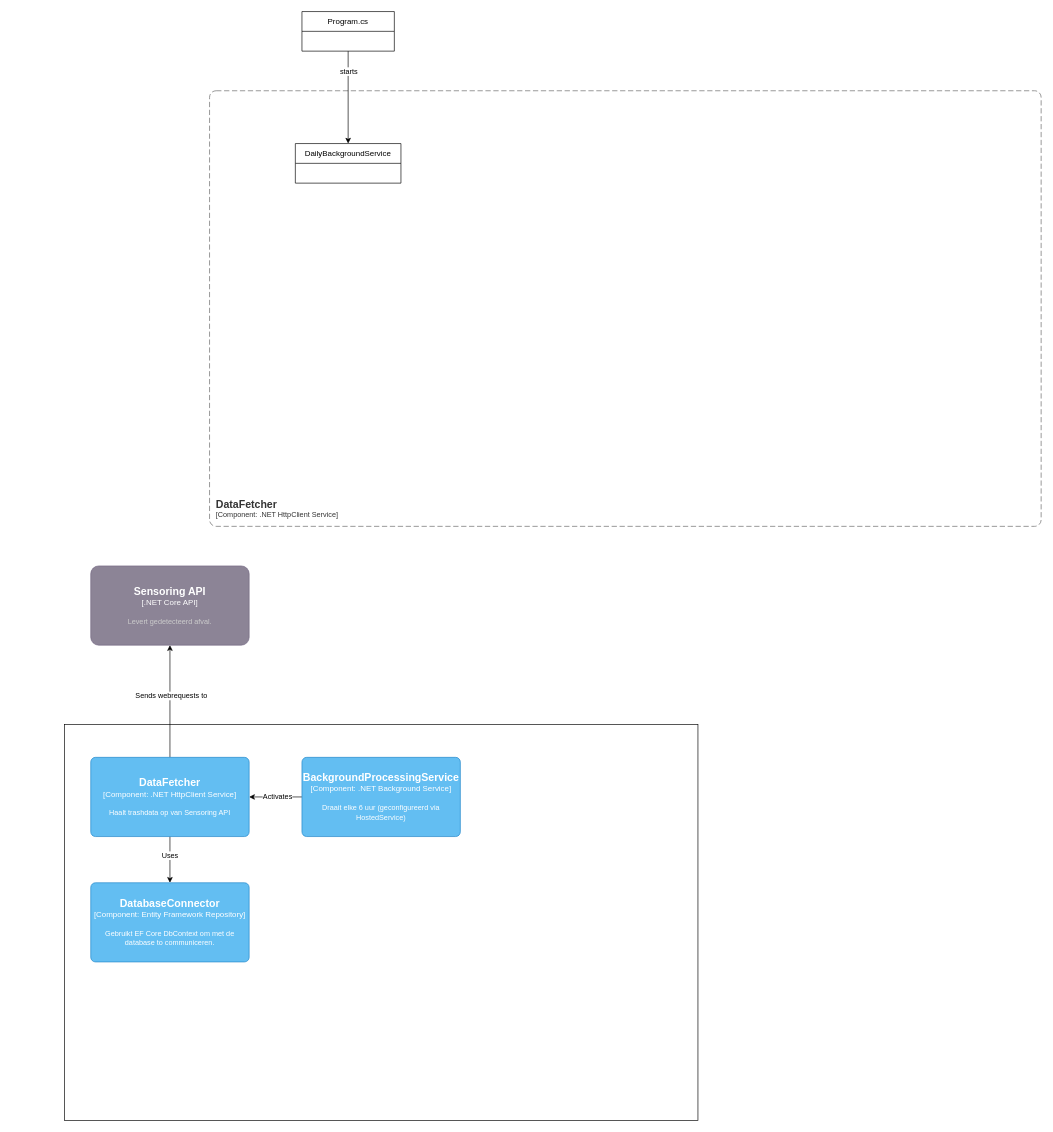
Earlier version of the draw.io diagram Documentatie en diagrammen/Martijn dingen/mainApiLayer4.DataFetcher.drawio (ChrisHorler/ICT1_4_ZwerfAfval). Source tidied: cells renumbered, new cells numbered last; positions are measured from the earlier drawing's top-left corner, leaving out a move shared by most shapes. Both pictures are drawn from the tidied source at 66%, with x=0, y=0 at pixel (64, 11).
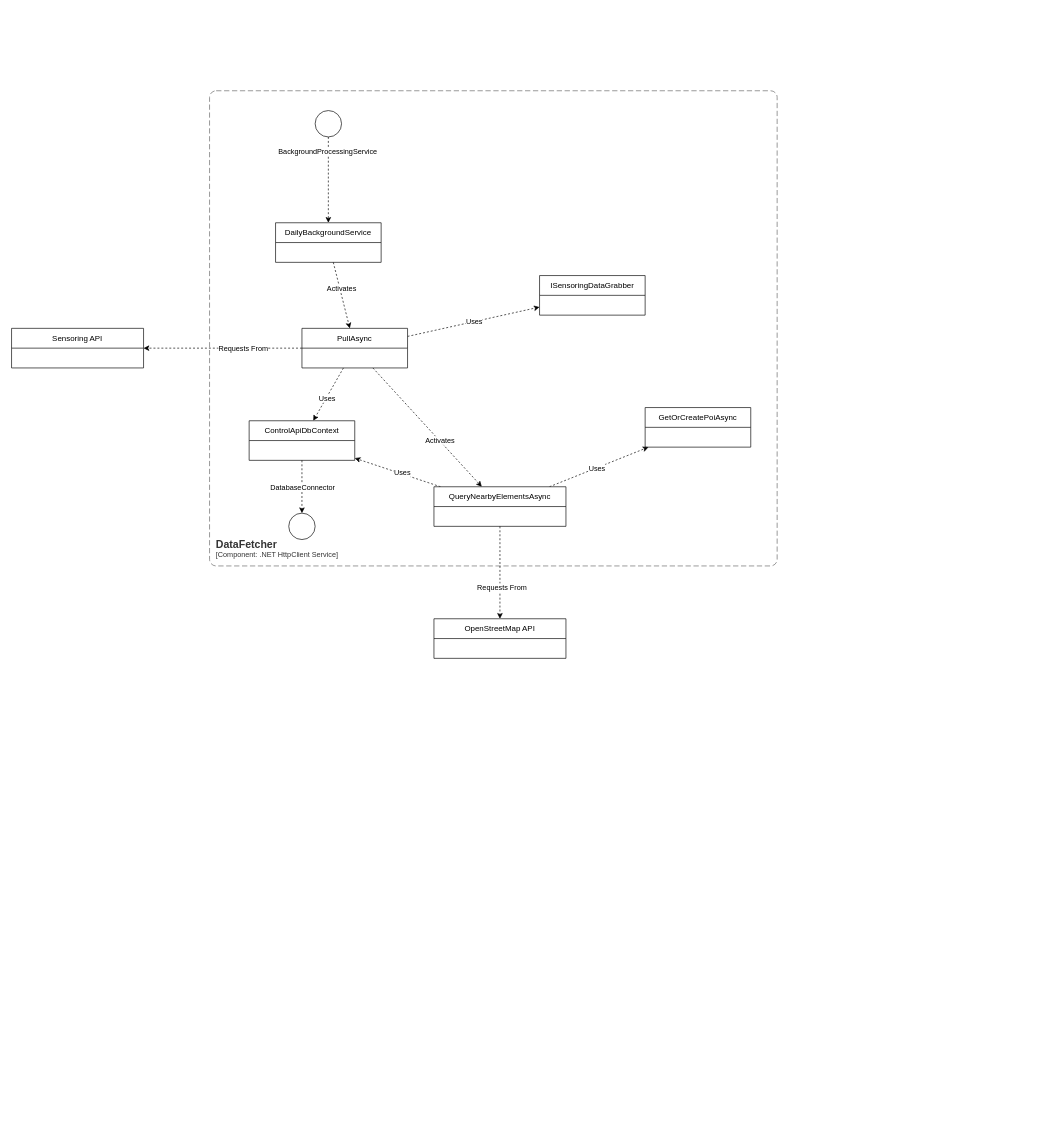
The same page after the edit.

Commit message (it also covers changes not shown here):
Hopelijk is deze shit nu af ._.

Diff of the diagram source:
```diff
@@
-    <mxCell id="2" style="rounded=0;whiteSpace=wrap;html=1;" parent="1" vertex="1">
-      <mxGeometry y="1080" width="960" height="600" as="geometry" />
-    </mxCell>
-    <object id="3" label="&lt;font style=&quot;font-size: 16px&quot;&gt;&lt;b&gt;%c4Name%&lt;/b&gt;&lt;/font&gt;&lt;div&gt;[%c4Type%]&lt;/div&gt;&lt;br&gt;&lt;div&gt;&lt;font style=&quot;font-size: 11px&quot;&gt;&lt;font color=&quot;#cccccc&quot;&gt;%c4Description%&lt;/font&gt;&lt;/div&gt;" c4Description="Levert gedetecteerd afval." c4Name="Sensoring API" c4Type=".NET Core API" placeholders="1">
-      <mxCell style="rounded=1;whiteSpace=wrap;html=1;labelBackgroundColor=none;fillColor=#8C8496;fontColor=#ffffff;align=center;arcSize=10;strokeColor=#736782;points=[[0.25,0,0],[0.5,0,0],[0.75,0,0],[1,0.25,0],[1,0.5,0],[1,0.75,0],[0.75,1,0],[0.5,1,0],[0.25,1,0],[0,0.75,0],[0,0.5,0],[0,0.25,0]];" parent="1" vertex="1">
-        <mxGeometry x="40" y="840" width="240" height="120" as="geometry" />
-      </mxCell>
-    </object>
-    <mxCell id="4" style="edgeStyle=orthogonalEdgeStyle;rounded=0;jettySize=auto;html=1;" parent="1" edge="1" source="6" target="11">
-      <mxGeometry relative="1" as="geometry" />
-    </mxCell>
-    <mxCell id="5" value="Activates" style="edgeLabel;html=1;align=center;verticalAlign=middle;" parent="4" vertex="1">
-      <mxGeometry x="-0.04" y="-2" relative="1" as="geometry" />
-    </mxCell>
-    <object id="6" label="&lt;font style=&quot;font-size: 16px&quot;&gt;&lt;b&gt;%c4Name%&lt;/b&gt;&lt;/font&gt;&lt;div&gt;[%c4Type%: %c4Technology%]&lt;/div&gt;&lt;br&gt;&lt;div&gt;&lt;font style=&quot;font-size: 11px&quot;&gt;%c4Description%&lt;/font&gt;&lt;/div&gt;" c4Description="Draait elke 6 uur (geconfigureerd via HostedService)" c4Name="BackgroundProcessingService" c4Technology=".NET Background Service" c4Type="Component" placeholders="1">
-      <mxCell style="rounded=1;whiteSpace=wrap;html=1;labelBackgroundColor=none;fillColor=#63BEF2;fontColor=#ffffff;align=center;arcSize=6;strokeColor=#2086C9;points=[[0.25,0,0],[0.5,0,0],[0.75,0,0],[1,0.25,0],[1,0.5,0],[1,0.75,0],[0.75,1,0],[0.5,1,0],[0.25,1,0],[0,0.75,0],[0,0.5,0],[0,0.25,0]];" parent="1" vertex="1">
-        <mxGeometry x="360" y="1130" width="240" height="120" as="geometry" />
-      </mxCell>
-    </object>
-    <mxCell id="7" style="edgeStyle=orthogonalEdgeStyle;rounded=0;jettySize=auto;html=1;" parent="1" edge="1" source="11" target="12">
-      <mxGeometry relative="1" as="geometry" />
-    </mxCell>
-    <mxCell id="8" value="Uses" style="edgeLabel;html=1;align=center;verticalAlign=middle;" parent="7" vertex="1">
-      <mxGeometry x="-0.2" y="-1" relative="1" as="geometry" />
-    </mxCell>
-    <mxCell id="9" style="edgeStyle=orthogonalEdgeStyle;rounded=0;jettySize=auto;html=1;" parent="1" edge="1" source="11" target="3">
-      <mxGeometry relative="1" as="geometry" />
-    </mxCell>
-    <mxCell id="10" value="Sends webrequests to" style="edgeLabel;html=1;align=center;verticalAlign=middle;" parent="9" vertex="1">
-      <mxGeometry x="0.1" y="-1" relative="1" as="geometry" />
-    </mxCell>
-    <object id="11" label="&lt;font style=&quot;font-size: 16px&quot;&gt;&lt;b&gt;%c4Name%&lt;/b&gt;&lt;/font&gt;&lt;div&gt;[%c4Type%: %c4Technology%]&lt;/div&gt;&lt;br&gt;&lt;div&gt;&lt;font style=&quot;font-size: 11px&quot;&gt;%c4Description%&lt;/font&gt;&lt;/div&gt;" c4Description="Haalt trashdata op van Sensoring API" c4Name="DataFetcher" c4Technology=".NET HttpClient Service" c4Type="Component" placeholders="1">
-      <mxCell style="rounded=1;whiteSpace=wrap;html=1;labelBackgroundColor=none;fillColor=#63BEF2;fontColor=#ffffff;align=center;arcSize=6;strokeColor=#2086C9;points=[[0.25,0,0],[0.5,0,0],[0.75,0,0],[1,0.25,0],[1,0.5,0],[1,0.75,0],[0.75,1,0],[0.5,1,0],[0.25,1,0],[0,0.75,0],[0,0.5,0],[0,0.25,0]];" parent="1" vertex="1">
-        <mxGeometry x="40" y="1130" width="240" height="120" as="geometry" />
-      </mxCell>
-    </object>
-    <object id="12" label="&lt;font style=&quot;font-size: 16px&quot;&gt;&lt;b&gt;%c4Name%&lt;/b&gt;&lt;/font&gt;&lt;div&gt;[%c4Type%: %c4Technology%]&lt;/div&gt;&lt;br&gt;&lt;div&gt;&lt;font style=&quot;font-size: 11px&quot;&gt;%c4Description%&lt;/font&gt;&lt;/div&gt;" c4Description="Gebruikt EF Core DbContext om met de database to communiceren." c4Name="DatabaseConnector" c4Technology="Entity Framework Repository" c4Type="Component" placeholders="1">
-      <mxCell style="rounded=1;whiteSpace=wrap;html=1;labelBackgroundColor=none;fillColor=#63BEF2;fontColor=#ffffff;align=center;arcSize=6;strokeColor=#2086C9;points=[[0.25,0,0],[0.5,0,0],[0.75,0,0],[1,0.25,0],[1,0.5,0],[1,0.75,0],[0.75,1,0],[0.5,1,0],[0.25,1,0],[0,0.75,0],[0,0.5,0],[0,0.25,0]];" parent="1" vertex="1">
-        <mxGeometry x="40" y="1320" width="240" height="120" as="geometry" />
-      </mxCell>
-    </object>
     <object id="13" label="&lt;font style=&quot;font-size: 16px&quot;&gt;&lt;b&gt;&lt;div style=&quot;text-align: left&quot;&gt;%c4Name%&lt;/div&gt;&lt;/b&gt;&lt;/font&gt;&lt;div style=&quot;text-align: left&quot;&gt;[%c4Application%]&lt;/div&gt;" c4Application="Component: .NET HttpClient Service" c4Name="DataFetcher" placeholders="1">
       <mxCell style="rounded=1;fontSize=11;whiteSpace=wrap;html=1;dashed=1;arcSize=20;fillColor=none;strokeColor=#666666;fontColor=#333333;labelBackgroundColor=none;align=left;verticalAlign=bottom;labelBorderColor=none;spacingTop=0;spacing=10;dashPattern=8 4;perimeter=rectanglePerimeter;noLabel=0;labelPadding=0;absoluteArcSize=1;" parent="1" vertex="1">
-        <mxGeometry x="220" y="120" width="1260" height="660" as="geometry" />
+        <mxGeometry x="220" y="120" width="860" height="720" as="geometry" />
       </mxCell>
     </object>
-    <mxCell id="14" style="edgeStyle=orthogonalEdgeStyle;rounded=0;jettySize=auto;html=1;" parent="1" edge="1" source="16" target="17">
+    <mxCell id="14" style="rounded=0;jettySize=auto;html=1;dashed=1;exitX=0.5;exitY=1;exitDx=0;exitDy=0;" parent="1" edge="1" source="30" target="17">
       <mxGeometry relative="1" as="geometry" />
     </mxCell>
-    <mxCell id="15" value="starts" style="edgeLabel;html=1;align=center;verticalAlign=middle;" parent="14" vertex="1">
-      <mxGeometry x="-0.57" relative="1" as="geometry" />
-    </mxCell>
-    <mxCell id="16" value="Program.cs" style="swimlane;fontStyle=0;horizontal=1;startSize=30;whiteSpace=wrap;html=1;" parent="1" vertex="1">
-      <mxGeometry x="360" width="140" height="60" as="geometry" />
-    </mxCell>
+    <mxCell id="18" value="BackgroundProcessingService" style="edgeLabel;html=1;align=center;verticalAlign=middle;" parent="14" vertex="1">
+      <mxGeometry x="-0.67" y="-2" relative="1" as="geometry" />
+    </mxCell>
+    <mxCell id="19" style="rounded=0;jettySize=auto;html=1;dashed=1;" parent="1" edge="1" source="17" target="29">
+      <mxGeometry relative="1" as="geometry" />
+    </mxCell>
+    <mxCell id="20" value="Activates" style="edgeLabel;html=1;align=center;verticalAlign=middle;" parent="19" vertex="1">
+      <mxGeometry x="-0.2" y="2" relative="1" as="geometry" />
+    </mxCell>
     <mxCell id="17" value="DailyBackgroundService" style="swimlane;fontStyle=0;horizontal=1;startSize=30;whiteSpace=wrap;html=1;" parent="1" vertex="1">
-      <mxGeometry x="350" y="200" width="160" height="60" as="geometry" />
+      <mxGeometry x="320" y="320" width="160" height="60" as="geometry" />
     </mxCell>
+    <mxCell id="21" style="rounded=0;jettySize=auto;html=1;dashed=1;" parent="1" edge="1" source="29" target="38">
+      <mxGeometry relative="1" as="geometry" />
+    </mxCell>
+    <mxCell id="22" value="Activates" style="edgeLabel;html=1;align=center;verticalAlign=middle;" parent="21" vertex="1">
+      <mxGeometry x="0.22" relative="1" as="geometry" />
+    </mxCell>
+    <mxCell id="23" style="rounded=0;jettySize=auto;html=1;dashed=1;" parent="1" edge="1" source="29" target="41">
+      <mxGeometry relative="1" as="geometry" />
+    </mxCell>
+    <mxCell id="24" value="Uses" style="edgeLabel;html=1;align=center;verticalAlign=middle;" parent="23" vertex="1">
+      <mxGeometry x="0.12" relative="1" as="geometry" />
+    </mxCell>
+    <mxCell id="25" style="rounded=0;jettySize=auto;html=1;dashed=1;" parent="1" edge="1" source="29" target="43">
+      <mxGeometry relative="1" as="geometry" />
+    </mxCell>
+    <mxCell id="26" value="Requests From" style="edgeLabel;html=1;align=center;verticalAlign=middle;" parent="25" vertex="1">
+      <mxGeometry x="-0.06" y="-1" relative="1" as="geometry">
+        <mxPoint x="23" y="1" as="offset" />
+      </mxGeometry>
+    </mxCell>
+    <mxCell id="27" style="rounded=0;jettySize=auto;html=1;dashed=1;" parent="1" edge="1" source="29" target="45">
+      <mxGeometry relative="1" as="geometry" />
+    </mxCell>
+    <mxCell id="28" value="Uses" style="edgeLabel;html=1;align=center;verticalAlign=middle;" parent="27" vertex="1">
+      <mxGeometry x="0.01" relative="1" as="geometry" />
+    </mxCell>
+    <mxCell id="29" value="PullAsync" style="swimlane;fontStyle=0;horizontal=1;startSize=30;whiteSpace=wrap;html=1;" parent="1" vertex="1">
+      <mxGeometry x="360" y="480" width="160" height="60" as="geometry" />
+    </mxCell>
+    <mxCell id="30" style="ellipse;whiteSpace=wrap;html=1;" parent="1" vertex="1">
+      <mxGeometry x="380" y="150" width="40" height="40" as="geometry" />
+    </mxCell>
+    <mxCell id="31" value="GetOrCreatePoiAsync" style="swimlane;fontStyle=0;horizontal=1;startSize=30;whiteSpace=wrap;html=1;" parent="1" vertex="1">
+      <mxGeometry x="880" y="600" width="160" height="60" as="geometry" />
+    </mxCell>
+    <mxCell id="32" style="rounded=0;jettySize=auto;html=1;dashed=1;" parent="1" edge="1" source="38" target="31">
+      <mxGeometry relative="1" as="geometry" />
+    </mxCell>
+    <mxCell id="33" value="Uses" style="edgeLabel;html=1;align=center;verticalAlign=middle;" parent="32" vertex="1">
+      <mxGeometry x="-0.05" relative="1" as="geometry" />
+    </mxCell>
+    <mxCell id="34" style="rounded=0;jettySize=auto;html=1;dashed=1;" parent="1" edge="1" source="38" target="41">
+      <mxGeometry relative="1" as="geometry" />
+    </mxCell>
+    <mxCell id="35" value="Uses" style="edgeLabel;html=1;align=center;verticalAlign=middle;" parent="34" vertex="1">
+      <mxGeometry x="-0.09" y="-2" relative="1" as="geometry" />
+    </mxCell>
+    <mxCell id="36" style="rounded=0;jettySize=auto;html=1;dashed=1;" parent="1" edge="1" source="38" target="44">
+      <mxGeometry relative="1" as="geometry" />
+    </mxCell>
+    <mxCell id="37" value="Requests From" style="edgeLabel;html=1;align=center;verticalAlign=middle;" parent="36" vertex="1">
+      <mxGeometry x="0.31" y="2" relative="1" as="geometry" />
+    </mxCell>
+    <mxCell id="38" value="QueryNearbyElementsAsync" style="swimlane;fontStyle=0;horizontal=1;startSize=30;whiteSpace=wrap;html=1;" parent="1" vertex="1">
+      <mxGeometry x="560" y="720" width="200" height="60" as="geometry" />
+    </mxCell>
+    <mxCell id="39" style="rounded=0;jettySize=auto;html=1;dashed=1;" parent="1" edge="1" source="41" target="42">
+      <mxGeometry relative="1" as="geometry" />
+    </mxCell>
+    <mxCell id="40" value="DatabaseConnector" style="edgeLabel;html=1;align=center;verticalAlign=middle;" parent="39" vertex="1">
+      <mxGeometry x="-0.19" y="-1" relative="1" as="geometry">
+        <mxPoint x="1" y="8" as="offset" />
+      </mxGeometry>
+    </mxCell>
+    <mxCell id="41" value="ControlApiDbContext" style="swimlane;fontStyle=0;horizontal=1;startSize=30;whiteSpace=wrap;html=1;" parent="1" vertex="1">
+      <mxGeometry x="280" y="620" width="160" height="60" as="geometry" />
+    </mxCell>
+    <mxCell id="42" style="ellipse;whiteSpace=wrap;html=1;" parent="1" vertex="1">
+      <mxGeometry x="340" y="760" width="40" height="40" as="geometry" />
+    </mxCell>
+    <mxCell id="43" value="Sensoring API" style="swimlane;fontStyle=0;horizontal=1;startSize=30;whiteSpace=wrap;html=1;" parent="1" vertex="1">
+      <mxGeometry x="-80" y="480" width="200" height="60" as="geometry" />
+    </mxCell>
+    <mxCell id="44" value="OpenStreetMap API" style="swimlane;fontStyle=0;horizontal=1;startSize=30;whiteSpace=wrap;html=1;" parent="1" vertex="1">
+      <mxGeometry x="560" y="920" width="200" height="60" as="geometry" />
+    </mxCell>
+    <mxCell id="45" value="ISensoringDataGrabber" style="swimlane;fontStyle=0;horizontal=1;startSize=30;whiteSpace=wrap;html=1;" parent="1" vertex="1">
+      <mxGeometry x="720" y="400" width="160" height="60" as="geometry" />
+    </mxCell>
```
